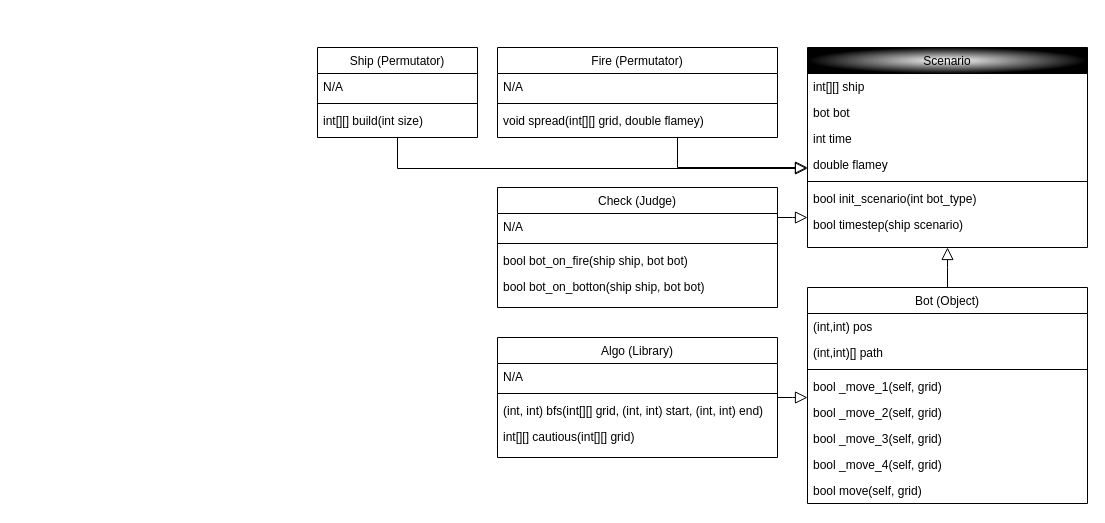
Earlier version of the draw.io diagram UML.drawio (ddenglts/introai-p1). Source tidied: cells renumbered, new cells numbered last; positions are measured from the earlier drawing's top-left corner, leaving out a move shared by most shapes. Both pictures are drawn from the tidied source at 100%, with x=0, y=0 at pixel (317, 47).
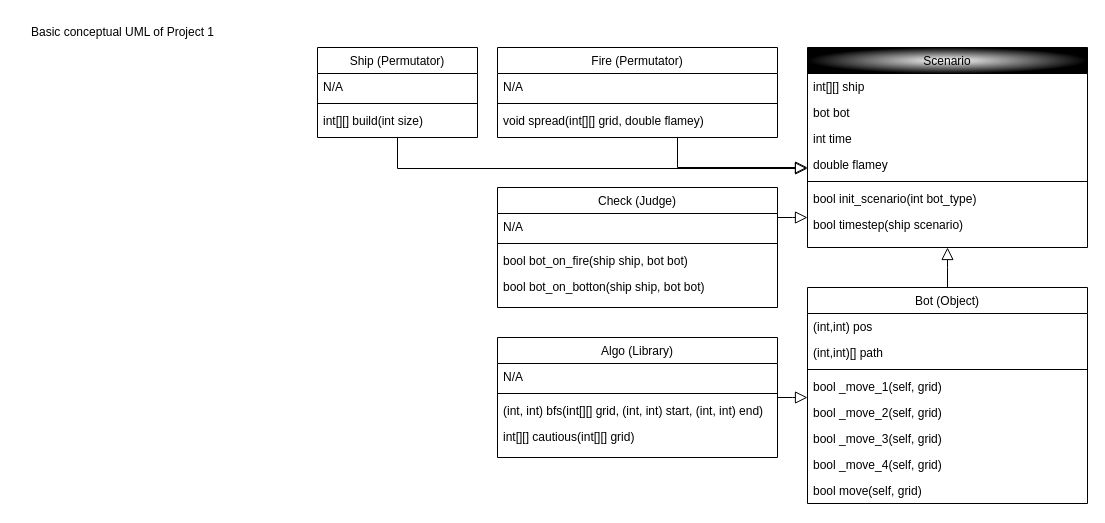
Above is the later version.

What changed in the source:
```diff
@@
+    <mxCell id="42" value="Basic conceptual UML of Project 1" style="text;html=1;align=center;verticalAlign=middle;strokeColor=none;fillColor=none;" parent="1" vertex="1">
+      <mxGeometry x="-300" y="-30" width="210" height="30" as="geometry" />
+    </mxCell>
```
